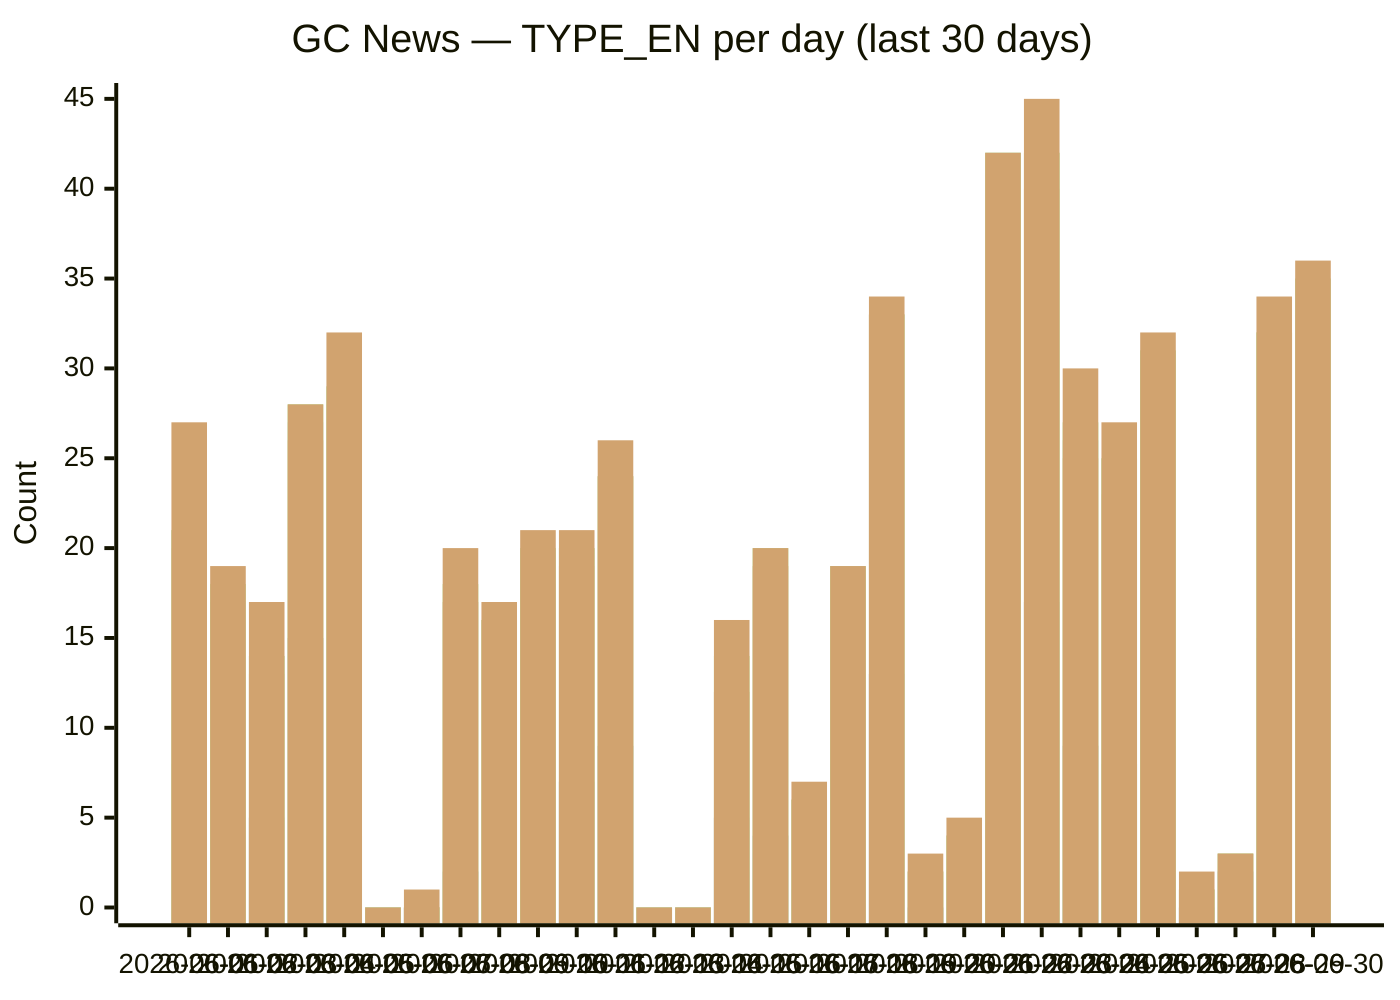
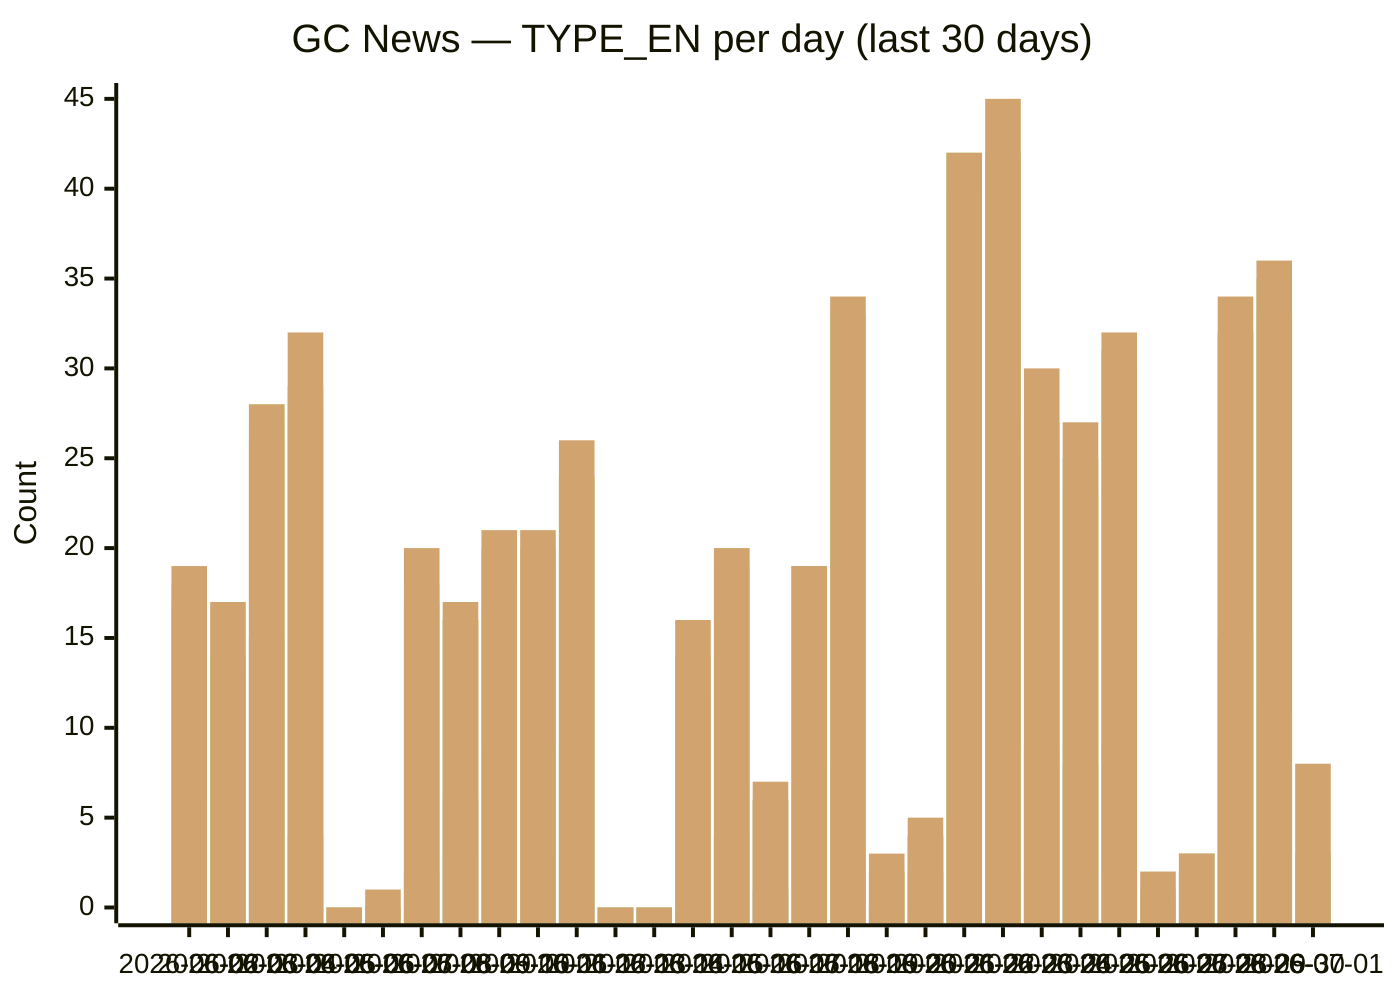
xychart-beta
  title "GC News — TYPE_EN per day (last 30 days)"
-   x-axis [2026-06-01, 2026-06-02, 2026-06-03, 2026-06-04, 2026-06-05, 2026-06-06, 2026-06-07, 2026-06-08, 2026-06-09, 2026-06-10, 2026-06-11, 2026-06-12, 2026-06-13, 2026-06-14, 2026-06-15, 2026-06-16, 2026-06-17, 2026-06-18, 2026-06-19, 2026-06-20, 2026-06-21, 2026-06-22, 2026-06-23, 2026-06-24, 2026-06-25, 2026-06-26, 2026-06-27, 2026-06-28, 2026-06-29, 2026-06-30]
+   x-axis [2026-06-02, 2026-06-03, 2026-06-04, 2026-06-05, 2026-06-06, 2026-06-07, 2026-06-08, 2026-06-09, 2026-06-10, 2026-06-11, 2026-06-12, 2026-06-13, 2026-06-14, 2026-06-15, 2026-06-16, 2026-06-17, 2026-06-18, 2026-06-19, 2026-06-20, 2026-06-21, 2026-06-22, 2026-06-23, 2026-06-24, 2026-06-25, 2026-06-26, 2026-06-27, 2026-06-28, 2026-06-29, 2026-06-30, 2026-07-01]
  y-axis "Count" 0 --> 45
-   bar backgrounders [5, 2, 2, 2, 0, 0, 0, 0, 3, 2, 0, 3, 0, 0, 2, 3, 1, 2, 2, 0, 0, 3, 6, 2, 2, 3, 0, 0, 3, 3]
-   bar "media advisories" [8, 6, 5, 15, 4, 0, 0, 2, 6, 9, 7, 9, 0, 0, 5, 4, 1, 8, 13, 0, 2, 18, 17, 9, 8, 9, 0, 2, 15, 11]
-   bar "news releases" [20, 16, 13, 26, 28, 0, 0, 17, 16, 18, 19, 24, 0, 0, 12, 19, 6, 19, 33, 2, 4, 40, 40, 25, 23, 30, 1, 3, 32, 33]
-   bar readouts [21, 17, 14, 27, 29, 0, 0, 17, 16, 20, 20, 24, 0, 0, 12, 19, 6, 19, 33, 2, 4, 42, 42, 26, 25, 31, 1, 3, 32, 35]
-   bar speeches [21, 18, 14, 28, 29, 0, 0, 18, 16, 20, 20, 24, 0, 0, 14, 20, 6, 19, 33, 2, 4, 42, 42, 27, 25, 31, 1, 3, 32, 35]
-   bar statements [27, 19, 17, 28, 32, 0, 1, 20, 17, 21, 21, 26, 0, 0, 16, 20, 7, 19, 34, 3, 5, 42, 45, 30, 27, 32, 2, 3, 34, 36]
+   bar backgrounders [2, 2, 2, 0, 0, 0, 0, 3, 2, 0, 3, 0, 0, 2, 3, 1, 2, 2, 0, 0, 3, 6, 2, 2, 3, 0, 0, 3, 3, 0]
+   bar "media advisories" [6, 5, 15, 4, 0, 0, 2, 6, 9, 7, 9, 0, 0, 5, 4, 1, 8, 13, 0, 2, 18, 17, 9, 8, 9, 0, 2, 15, 11, 0]
+   bar "news releases" [16, 13, 26, 28, 0, 0, 17, 16, 18, 19, 24, 0, 0, 12, 19, 6, 19, 33, 2, 4, 40, 40, 25, 23, 30, 1, 3, 32, 33, 3]
+   bar readouts [17, 14, 27, 29, 0, 0, 17, 16, 20, 20, 24, 0, 0, 12, 19, 6, 19, 33, 2, 4, 42, 42, 26, 25, 31, 1, 3, 32, 35, 3]
+   bar speeches [18, 14, 28, 29, 0, 0, 18, 16, 20, 20, 24, 0, 0, 14, 20, 6, 19, 33, 2, 4, 42, 42, 27, 25, 31, 1, 3, 32, 35, 3]
+   bar statements [19, 17, 28, 32, 0, 1, 20, 17, 21, 21, 26, 0, 0, 16, 20, 7, 19, 34, 3, 5, 42, 45, 30, 27, 32, 2, 3, 34, 36, 8]
